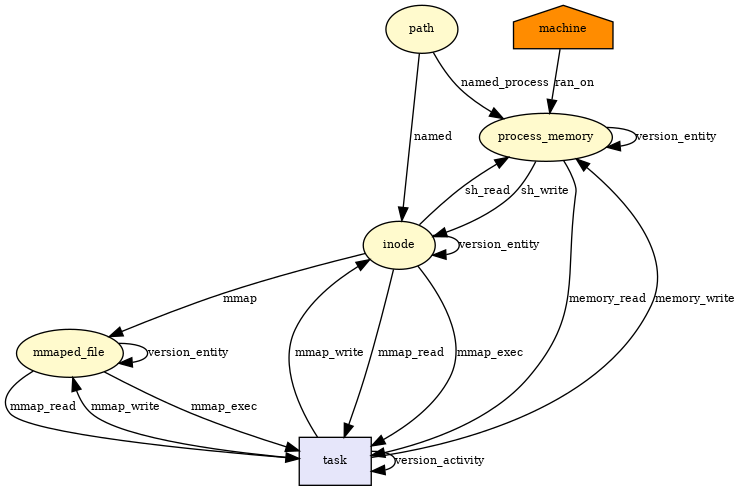
Before: docs/img/mmap_file.png, a diagram exported from Graphviz (CamFlow/camflow-dev). Its source is kept beside it as docs/dot/mmap_file.dot. The source it was exported from:
```dot
digraph RGL__DirectedAdjacencyGraph {path[fontsize = 8,label = path,shape = ellipse, fillcolor="#fffacd", style = filled]

process_memory[fontsize = 8,label = process_memory,shape = ellipse, fillcolor="#fffacd", style = filled]

path -> process_memory[fontsize = 8,label = named_process]

machine[fontsize = 8,label = machine,shape = house, fillcolor="#ff8c00", style = filled]

machine -> process_memory[fontsize = 8,label = ran_on]

inode[fontsize = 8,label = inode,shape = ellipse, fillcolor="#fffacd", style = filled]

path -> inode[fontsize = 8,label = named]

task[fontsize = 8,label = task,shape = rectangle, fillcolor="#e6e6fa", style = filled]

process_memory -> task[fontsize = 8,label = memory_read]

task -> inode[fontsize = 8,label = mmap_write]

task -> task[fontsize = 8,label = version_activity]

inode -> inode[fontsize = 8,label = version_entity]

inode -> process_memory[fontsize = 8,label = sh_read]

process_memory -> process_memory[fontsize = 8,label = version_entity]

inode -> task[fontsize = 8,label = mmap_read]

task -> process_memory[fontsize = 8,label = memory_write]

process_memory -> inode[fontsize = 8,label = sh_write]

inode -> task[fontsize = 8,label = mmap_exec]

mmaped_file[fontsize = 8,label = mmaped_file,shape = ellipse, fillcolor="#fffacd", style = filled]

inode -> mmaped_file[fontsize = 8,label = mmap]

mmaped_file -> mmaped_file[fontsize = 8,label = version_entity]

task -> mmaped_file[fontsize = 8,label = mmap_write]

mmaped_file -> task[fontsize = 8,label = mmap_read]

mmaped_file -> task[fontsize = 8,label = mmap_exec]

}
```
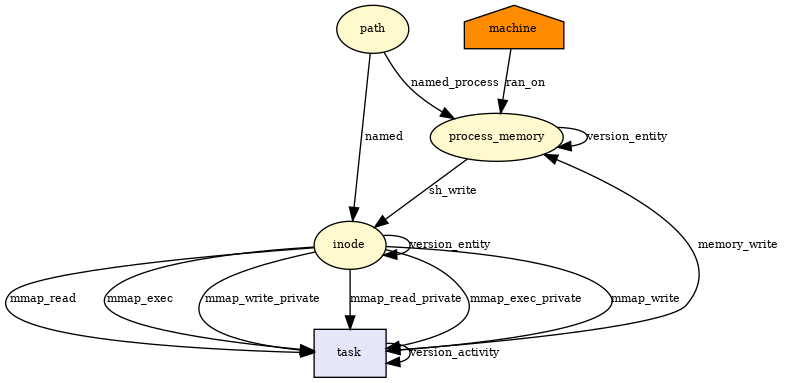
Later version of the same file.

What changed in the source:
```diff
@@ -14,36 +14,26 @@
 
 task[fontsize = 8,label = task,shape = rectangle, fillcolor="#e6e6fa", style = filled]
 
-process_memory -> task[fontsize = 8,label = memory_read]
+inode -> task[fontsize = 8,label = mmap_write]
 
-task -> inode[fontsize = 8,label = mmap_write]
+task -> process_memory[fontsize = 8,label = memory_write]
 
 task -> task[fontsize = 8,label = version_activity]
 
+process_memory -> process_memory[fontsize = 8,label = version_entity]
+
+process_memory -> inode[fontsize = 8,label = sh_write]
+
 inode -> inode[fontsize = 8,label = version_entity]
-
-inode -> process_memory[fontsize = 8,label = sh_read]
-
-process_memory -> process_memory[fontsize = 8,label = version_entity]
 
 inode -> task[fontsize = 8,label = mmap_read]
 
-task -> process_memory[fontsize = 8,label = memory_write]
-
-process_memory -> inode[fontsize = 8,label = sh_write]
-
 inode -> task[fontsize = 8,label = mmap_exec]
 
-mmaped_file[fontsize = 8,label = mmaped_file,shape = ellipse, fillcolor="#fffacd", style = filled]
+inode -> task[fontsize = 8,label = mmap_write_private]
 
-inode -> mmaped_file[fontsize = 8,label = mmap]
+inode -> task[fontsize = 8,label = mmap_read_private]
 
-mmaped_file -> mmaped_file[fontsize = 8,label = version_entity]
-
-task -> mmaped_file[fontsize = 8,label = mmap_write]
-
-mmaped_file -> task[fontsize = 8,label = mmap_read]
-
-mmaped_file -> task[fontsize = 8,label = mmap_exec]
+inode -> task[fontsize = 8,label = mmap_exec_private]
 
 }
```
